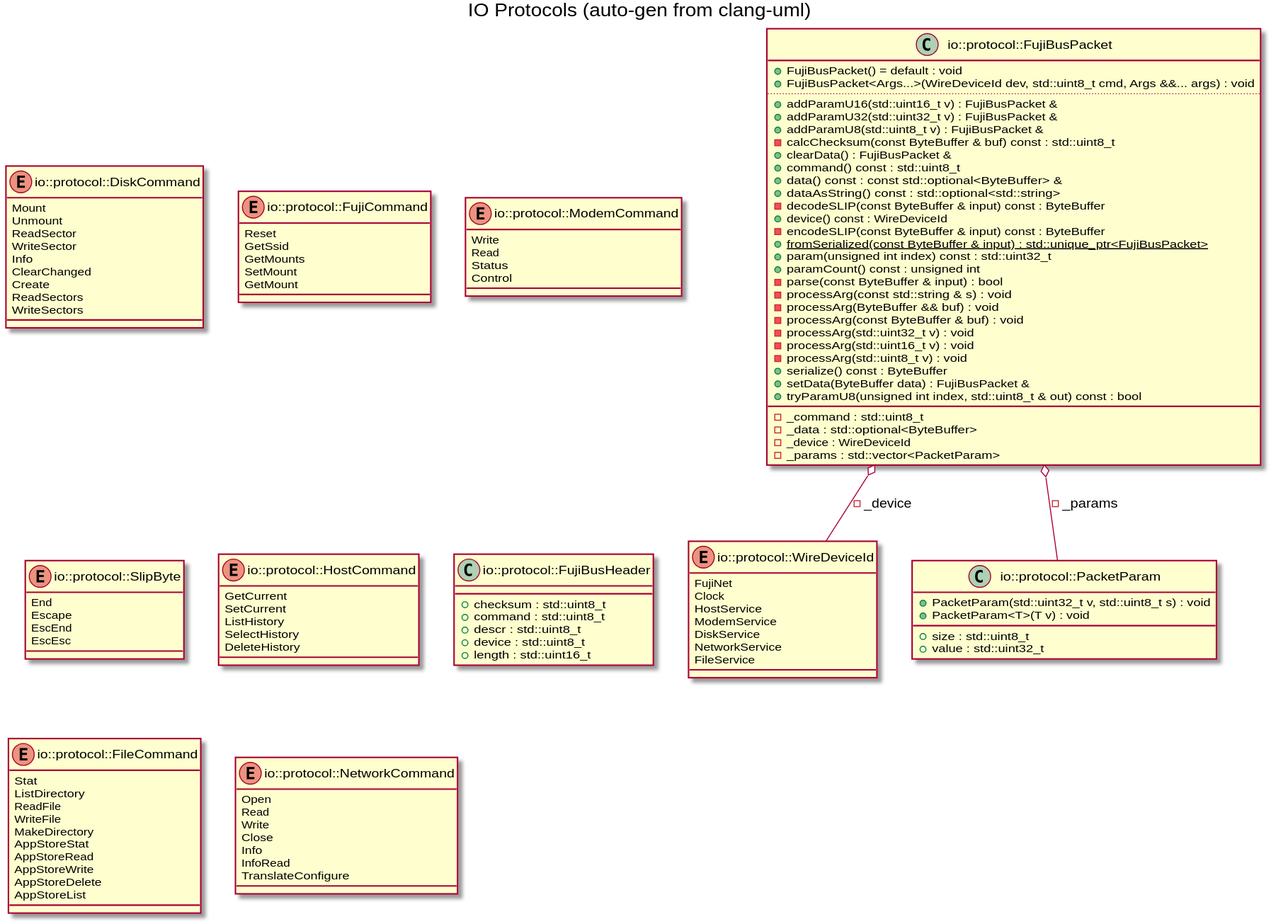
Above: docs/images/gen_io_protocol.svg in markjfisher/fujinet-nio (PlantUML), before the change.
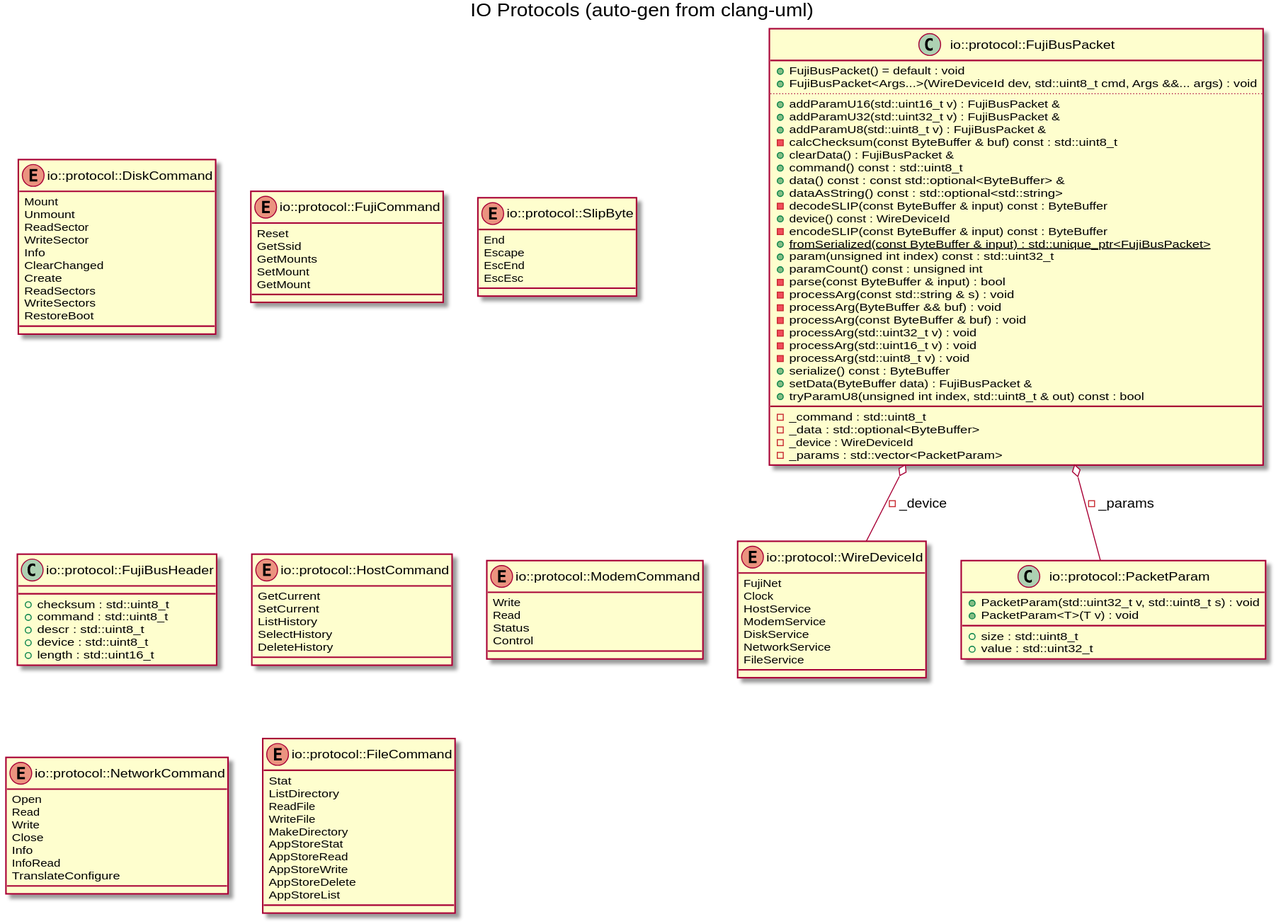
After the commit.

Diff of the diagram source:
```diff
@@ -21,6 +21,7 @@
 Create
 ReadSectors
 WriteSectors
+RestoreBoot
 }
 enum "io::protocol::FujiCommand" as C_0004628219160953719395
 enum C_0004628219160953719395 {
@@ -29,13 +30,6 @@
 GetMounts
 SetMount
 GetMount
-}
-enum "io::protocol::ModemCommand" as C_0010997942004027913014
-enum C_0010997942004027913014 {
-Write
-Read
-Status
-Control
 }
 enum "io::protocol::SlipByte" as C_0010627602090167488081
 enum C_0010627602090167488081 {
@@ -87,6 +81,15 @@
 -_device : WireDeviceId
 -_params : std::vector<PacketParam>
 }
+class "io::protocol::FujiBusHeader" as C_0009954510640382192371
+class C_0009954510640382192371 {
+__
++checksum : std::uint8_t
++command : std::uint8_t
++descr : std::uint8_t
++device : std::uint8_t
++length : std::uint16_t
+}
 enum "io::protocol::HostCommand" as C_0007123260493549580442
 enum C_0007123260493549580442 {
 GetCurrent
@@ -95,14 +98,22 @@
 SelectHistory
 DeleteHistory
 }
-class "io::protocol::FujiBusHeader" as C_0009954510640382192371
-class C_0009954510640382192371 {
-__
-+checksum : std::uint8_t
-+command : std::uint8_t
-+descr : std::uint8_t
-+device : std::uint8_t
-+length : std::uint16_t
+enum "io::protocol::ModemCommand" as C_0010997942004027913014
+enum C_0010997942004027913014 {
+Write
+Read
+Status
+Control
+}
+enum "io::protocol::NetworkCommand" as C_0007700754280455587098
+enum C_0007700754280455587098 {
+Open
+Read
+Write
+Close
+Info
+InfoRead
+TranslateConfigure
 }
 enum "io::protocol::FileCommand" as C_0003895064208135060769
 enum C_0003895064208135060769 {
@@ -117,16 +128,6 @@
 AppStoreDelete
 AppStoreList
 }
-enum "io::protocol::NetworkCommand" as C_0007700754280455587098
-enum C_0007700754280455587098 {
-Open
-Read
-Write
-Close
-Info
-InfoRead
-TranslateConfigure
-}
 C_0017232777488057089840 o-- C_0015225225004340369839 : -_device
 C_0017232777488057089840 o-- C_0003277087640557799971 : -_params
 
```
